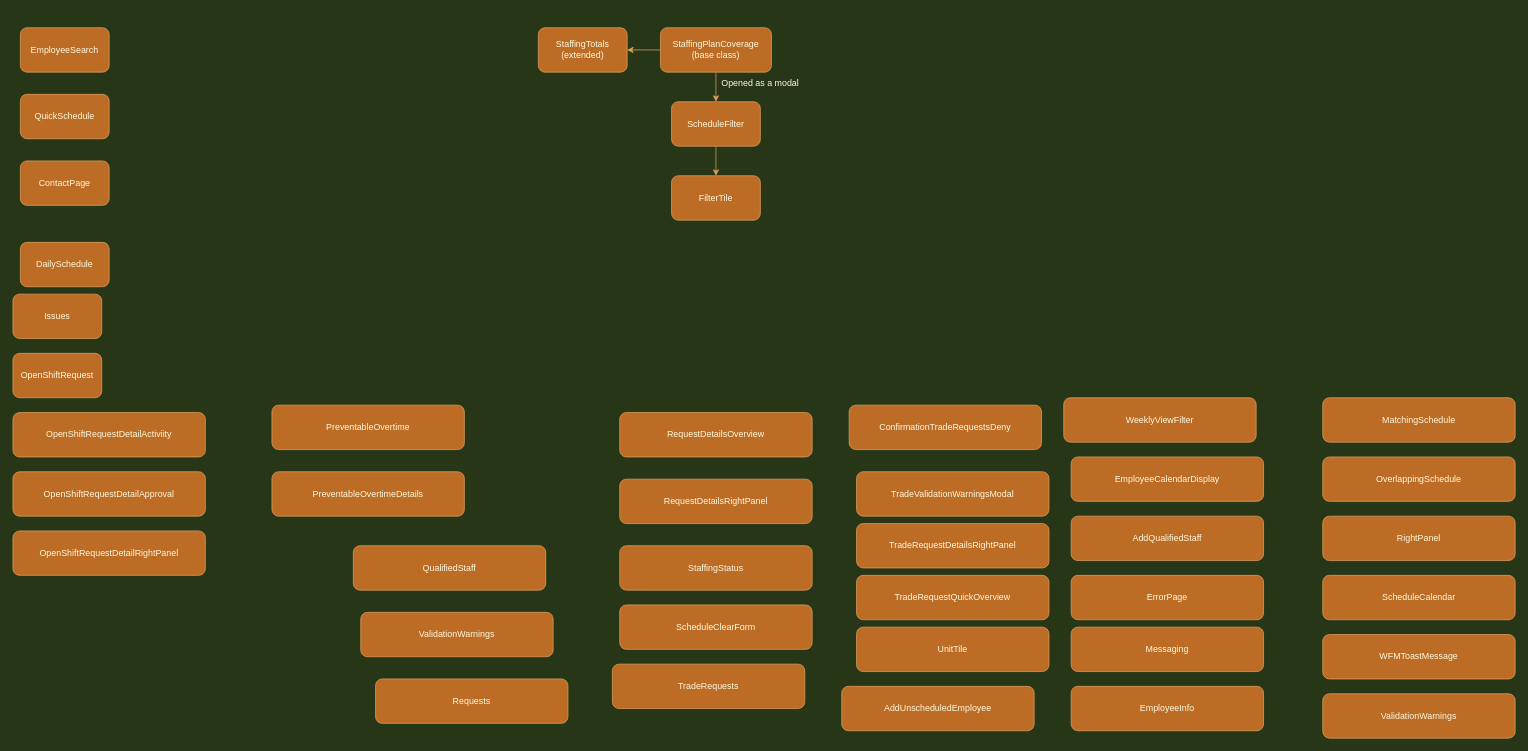
Earlier version of the draw.io diagram ScheduleGrid.drawio (JasonIRL/diagrams). Source tidied: cells renumbered, new cells numbered last; positions are measured from the earlier drawing's top-left corner, leaving out a move shared by most shapes. Both pictures are drawn from the tidied source at 74%, with x=0, y=0 at pixel (13, 27).
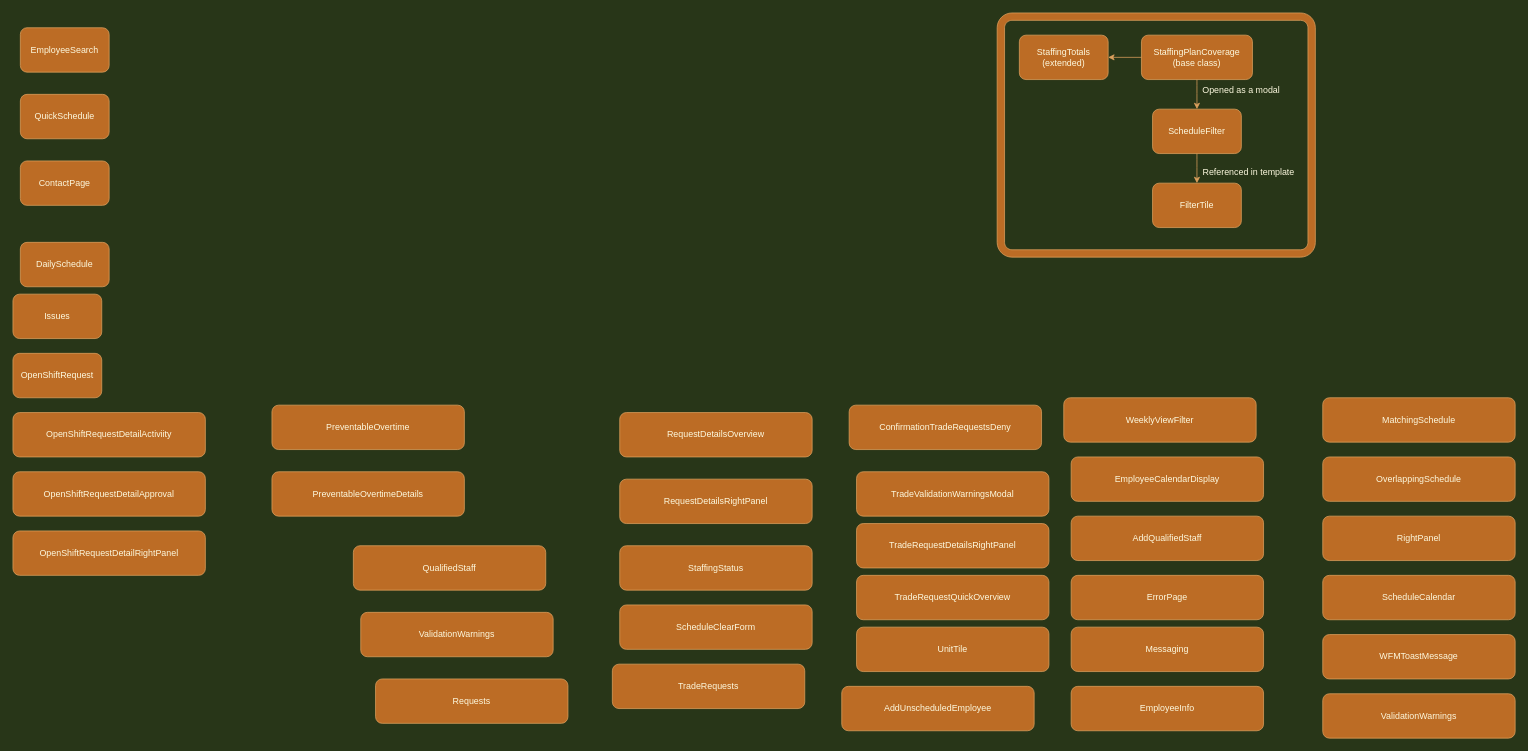
After the change.

What changed in the source:
```diff
@@
     <mxCell id="2" value="StaffingPlanCoverage&lt;br&gt;(base class)" style="rounded=1;whiteSpace=wrap;html=1;fillColor=#BC6C25;strokeColor=#DDA15E;fontColor=#FEFAE0;" parent="1" vertex="1">
-      <mxGeometry x="875" width="150" height="60" as="geometry" />
+      <mxGeometry x="1525" y="10" width="150" height="60" as="geometry" />
     </mxCell>
     <mxCell id="3" value="ScheduleFilter" style="rounded=1;whiteSpace=wrap;html=1;fillColor=#BC6C25;strokeColor=#DDA15E;fontColor=#FEFAE0;" parent="1" vertex="1">
-      <mxGeometry x="890" y="100" width="120" height="60" as="geometry" />
+      <mxGeometry x="1540" y="110" width="120" height="60" as="geometry" />
     </mxCell>
     <mxCell id="4" value="FilterTile" style="rounded=1;whiteSpace=wrap;html=1;fillColor=#BC6C25;strokeColor=#DDA15E;fontColor=#FEFAE0;" parent="1" vertex="1">
-      <mxGeometry x="890" y="200" width="120" height="60" as="geometry" />
+      <mxGeometry x="1540" y="210" width="120" height="60" as="geometry" />
     </mxCell>
@@
     <mxCell id="7" value="Opened as a modal" style="text;html=1;strokeColor=none;fillColor=none;align=center;verticalAlign=middle;whiteSpace=wrap;rounded=1;fontColor=#FEFAE0;" parent="1" vertex="1">
-      <mxGeometry x="955" y="60" width="110" height="30" as="geometry" />
+      <mxGeometry x="1605" y="70" width="110" height="30" as="geometry" />
     </mxCell>
     <mxCell id="8" value="StaffingTotals&lt;br&gt;(extended)" style="rounded=1;whiteSpace=wrap;html=1;strokeColor=#DDA15E;fontColor=#FEFAE0;fillColor=#BC6C25;" parent="1" vertex="1">
-      <mxGeometry x="710" width="120" height="60" as="geometry" />
+      <mxGeometry x="1360" y="10" width="120" height="60" as="geometry" />
     </mxCell>
@@
+    <mxCell id="47" value="Referenced in template" style="text;html=1;strokeColor=none;fillColor=none;align=center;verticalAlign=middle;whiteSpace=wrap;rounded=0;fontColor=#FEFAE0;" parent="1" vertex="1">
+      <mxGeometry x="1570" y="180" width="200" height="30" as="geometry" />
+    </mxCell>
+    <mxCell id="48" style="verticalLabelPosition=bottom;verticalAlign=top;html=1;shape=mxgraph.basic.rounded_frame;dx=10;whiteSpace=wrap;rounded=1;strokeColor=#DDA15E;fontColor=#FEFAE0;fillColor=#BC6C25;" parent="1" vertex="1">
+      <mxGeometry x="1330" y="-20" width="430" height="330" as="geometry" />
+    </mxCell>
```
